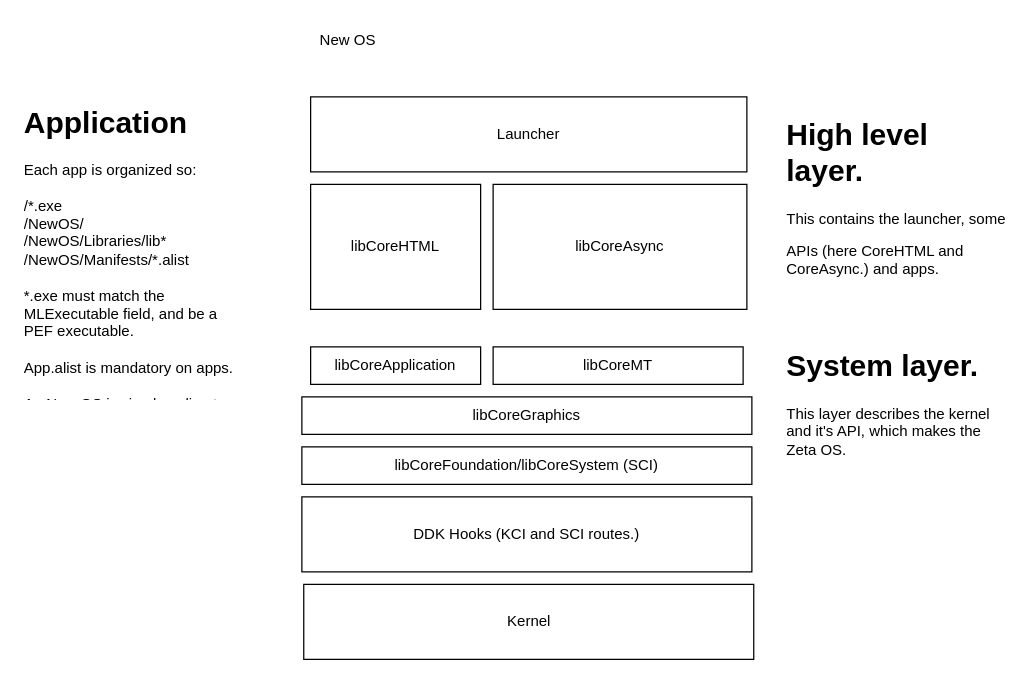
This is Meta/OS-Design.drawio from nekernel-org/nekernel, a draw.io file, before an edit. Source tidied: cells renumbered, new cells numbered last; positions are measured from the earlier drawing's top-left corner, leaving out a move shared by most shapes. Both pictures are drawn from the tidied source at 125%, with x=0, y=0 at pixel (21, 21).
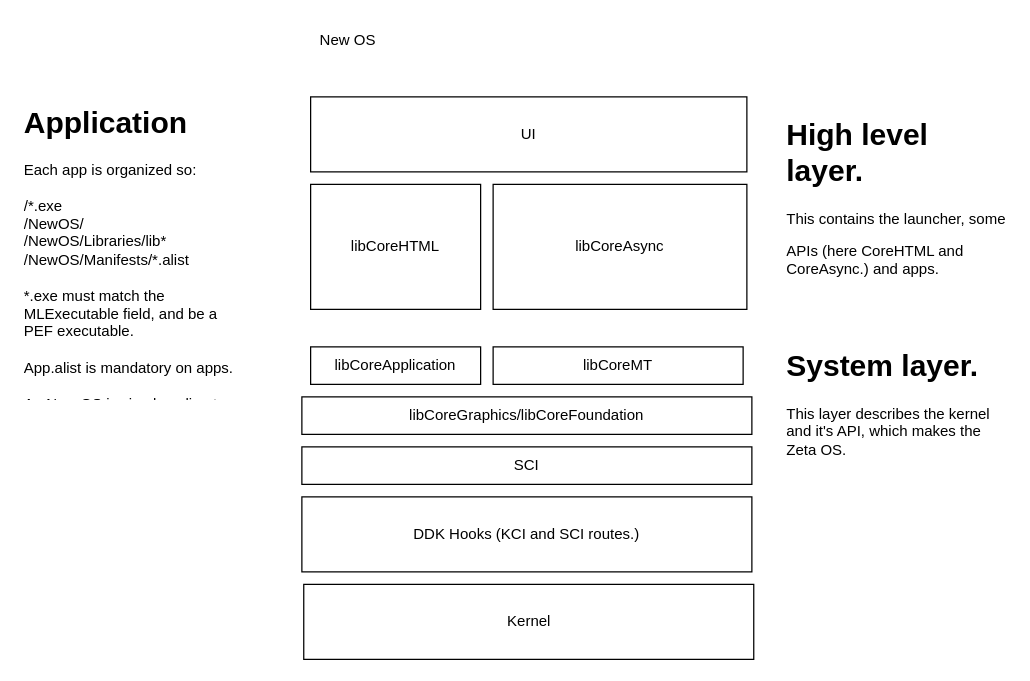
Above is the later version.

Diff of the diagram source:
```diff
@@
 <mxGraphModel>
   <root>
     <mxCell id="0" />
     <mxCell id="1" parent="0" />
     <mxCell id="2" value="DDK Hooks (KCI and SCI routes.)" style="rounded=0;whiteSpace=wrap;html=1;" parent="1" vertex="1">
       <mxGeometry x="224" y="380" width="360" height="60" as="geometry" />
     </mxCell>
-    <mxCell id="3" value="libCoreFoundation/libCoreSystem (SCI)" style="rounded=0;whiteSpace=wrap;html=1;" parent="1" vertex="1">
+    <mxCell id="3" value="SCI" style="rounded=0;whiteSpace=wrap;html=1;" parent="1" vertex="1">
       <mxGeometry x="224" y="340" width="360" height="30" as="geometry" />
     </mxCell>
-    <mxCell id="4" value="libCoreGraphics" style="rounded=0;whiteSpace=wrap;html=1;" parent="1" vertex="1">
+    <mxCell id="4" value="libCoreGraphics/libCoreFoundation" style="rounded=0;whiteSpace=wrap;html=1;" parent="1" vertex="1">
       <mxGeometry x="224" y="300" width="360" height="30" as="geometry" />
     </mxCell>
     <mxCell id="5" value="libCoreApplication" style="rounded=0;whiteSpace=wrap;html=1;" parent="1" vertex="1">
       <mxGeometry x="231" y="260" width="136" height="30" as="geometry" />
     </mxCell>
     <mxCell id="6" value="libCoreMT" style="rounded=0;whiteSpace=wrap;html=1;" parent="1" vertex="1">
       <mxGeometry x="377" y="260" width="200" height="30" as="geometry" />
     </mxCell>
     <mxCell id="7" value="&lt;h1 style=&quot;margin-top: 0px;&quot;&gt;System layer.&lt;/h1&gt;&lt;p&gt;This layer describes the kernel and it's API, which makes the Zeta OS.&lt;/p&gt;" style="text;html=1;whiteSpace=wrap;overflow=hidden;rounded=0;" parent="1" vertex="1">
       <mxGeometry x="610" y="255" width="180" height="120" as="geometry" />
     </mxCell>
     <mxCell id="8" value="libCoreHTML" style="rounded=0;whiteSpace=wrap;html=1;" parent="1" vertex="1">
       <mxGeometry x="231" y="130" width="136" height="100" as="geometry" />
     </mxCell>
     <mxCell id="9" value="libCoreAsync" style="rounded=0;whiteSpace=wrap;html=1;" parent="1" vertex="1">
       <mxGeometry x="377" y="130" width="203" height="100" as="geometry" />
     </mxCell>
     <mxCell id="10" value="&lt;h1 style=&quot;margin-top: 0px;&quot;&gt;High level layer.&lt;/h1&gt;&lt;p&gt;This contains the launcher, some&lt;/p&gt;&lt;p&gt;APIs (here CoreHTML and CoreAsync.) and apps.&lt;/p&gt;" style="text;html=1;whiteSpace=wrap;overflow=hidden;rounded=0;" parent="1" vertex="1">
       <mxGeometry x="610" y="70" width="180" height="140" as="geometry" />
     </mxCell>
-    <mxCell id="11" value="Launcher" style="rounded=0;whiteSpace=wrap;html=1;" parent="1" vertex="1">
+    <mxCell id="11" value="UI" style="rounded=0;whiteSpace=wrap;html=1;" parent="1" vertex="1">
       <mxGeometry x="231" y="60" width="349" height="60" as="geometry" />
     </mxCell>
     <mxCell id="12" value="Kernel" style="rounded=0;whiteSpace=wrap;html=1;" parent="1" vertex="1">
       <mxGeometry x="225.5" y="450" width="360" height="60" as="geometry" />
     </mxCell>
     <mxCell id="13" value="New OS" style="text;html=1;align=center;verticalAlign=middle;whiteSpace=wrap;rounded=0;" parent="1" vertex="1">
       <mxGeometry x="231" width="60" height="30" as="geometry" />
     </mxCell>
     <mxCell id="14" value="&lt;h1 style=&quot;margin-top: 0px;&quot;&gt;&lt;span style=&quot;background-color: initial;&quot;&gt;Application&lt;/span&gt;&lt;/h1&gt;&lt;div&gt;Each app is organized so:&lt;/div&gt;&lt;div&gt;&lt;br&gt;&lt;/div&gt;&lt;div&gt;/*.exe&lt;/div&gt;&lt;div&gt;/NewOS/&lt;/div&gt;&lt;div&gt;/NewOS/Libraries/lib*&lt;/div&gt;&lt;div&gt;/NewOS/Manifests/*.alist&lt;/div&gt;&lt;div&gt;&lt;br&gt;&lt;/div&gt;&lt;div&gt;*.exe must match the MLExecutable field, and be a PEF executable.&lt;/div&gt;&lt;div&gt;&lt;br&gt;&lt;/div&gt;&lt;div&gt;App.alist is mandatory on apps.&lt;/div&gt;&lt;div&gt;&lt;br&gt;&lt;/div&gt;&lt;div&gt;An New OS is simply a directory&lt;/div&gt;&lt;div&gt;with the .app extension.&lt;/div&gt;" style="text;html=1;whiteSpace=wrap;overflow=hidden;rounded=0;" parent="1" vertex="1">
       <mxGeometry y="60" width="180" height="240" as="geometry" />
     </mxCell>
   </root>
 </mxGraphModel>
```
